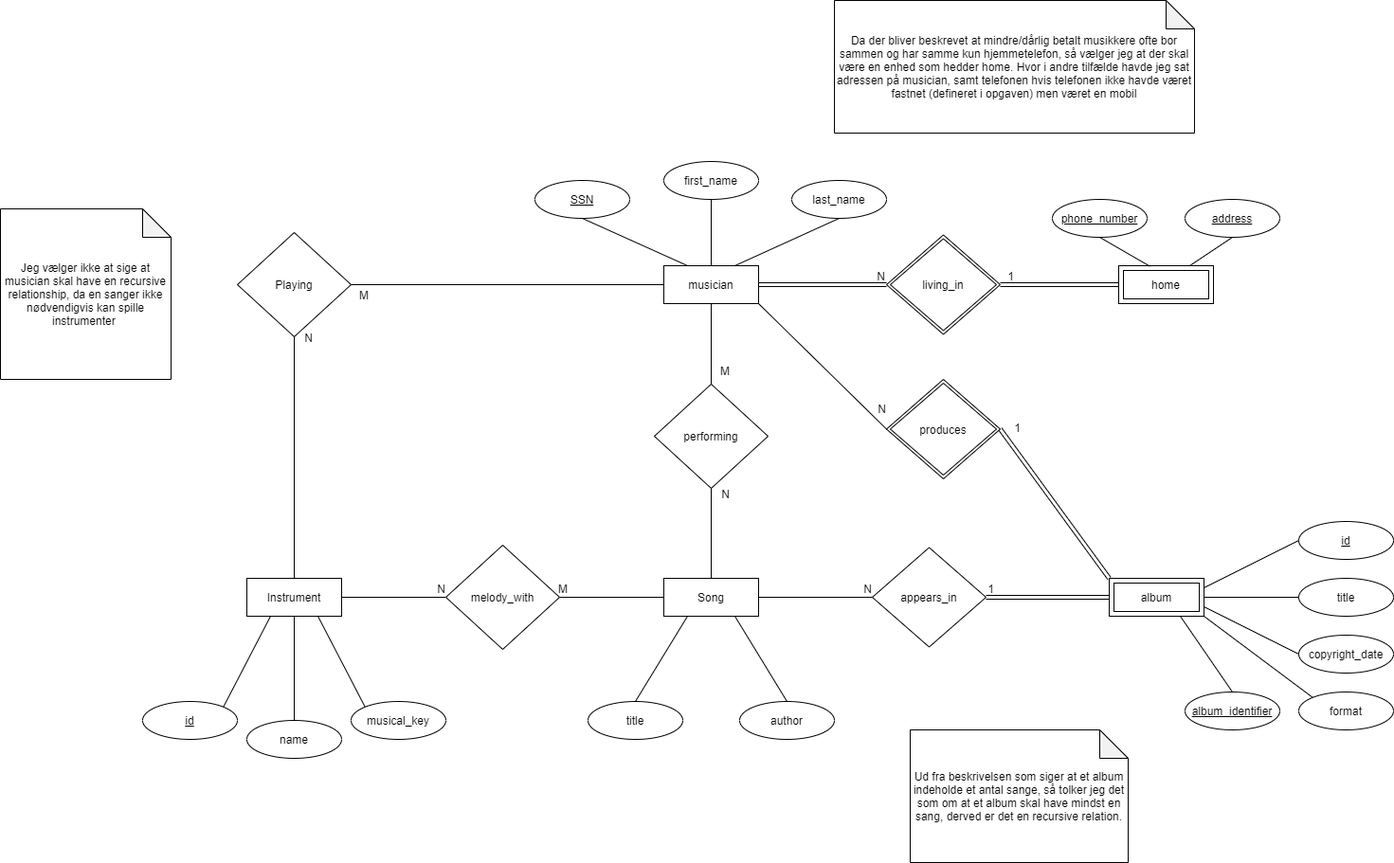
alex123a/DM keeps this draw.io diagram as Optional assignment 2 - ER diagram/Optional Exercises - ER Diagrams/opgave2Musicians.png. Above is the earlier version. Source tidied: cells renumbered, new cells last; positions are measured from the earlier drawing's top-left corner, leaving out a move shared by most shapes. The source it was exported from:
```xml
<mxGraphModel>
  <root>
    <mxCell id="0" />
    <mxCell id="1" parent="0" />
    <mxCell id="2" value="musician" style="whiteSpace=wrap;html=1;align=center;" parent="1" vertex="1">
      <mxGeometry x="700" y="280" width="100" height="40" as="geometry" />
    </mxCell>
    <mxCell id="3" value="home" style="shape=ext;margin=3;double=1;whiteSpace=wrap;html=1;align=center;" parent="1" vertex="1">
      <mxGeometry x="1180" y="280" width="100" height="40" as="geometry" />
    </mxCell>
    <mxCell id="4" value="SSN" style="ellipse;whiteSpace=wrap;html=1;align=center;fontStyle=4;" parent="1" vertex="1">
      <mxGeometry x="564" y="190" width="100" height="40" as="geometry" />
    </mxCell>
    <mxCell id="5" value="first_name" style="ellipse;whiteSpace=wrap;html=1;align=center;" parent="1" vertex="1">
      <mxGeometry x="700" y="170" width="100" height="40" as="geometry" />
    </mxCell>
    <mxCell id="6" value="last_name" style="ellipse;whiteSpace=wrap;html=1;align=center;" parent="1" vertex="1">
      <mxGeometry x="835" y="190" width="100" height="40" as="geometry" />
    </mxCell>
    <mxCell id="7" value="phone_number" style="ellipse;whiteSpace=wrap;html=1;align=center;fontStyle=4;" parent="1" vertex="1">
      <mxGeometry x="1110" y="210" width="100" height="40" as="geometry" />
    </mxCell>
    <mxCell id="8" value="address" style="ellipse;whiteSpace=wrap;html=1;align=center;fontStyle=4;" parent="1" vertex="1">
      <mxGeometry x="1250" y="210" width="100" height="40" as="geometry" />
    </mxCell>
    <mxCell id="9" value="Da der bliver beskrevet at mindre/dårlig betalt musikkere ofte bor sammen og har samme kun hjemmetelefon, så vælger jeg at der skal være en enhed som hedder home. Hvor i andre tilfælde havde jeg sat adressen på musician, samt telefonen hvis telefonen ikke havde været fastnet (defineret i opgaven) men været en mobil" style="shape=note;whiteSpace=wrap;html=1;backgroundOutline=1;darkOpacity=0.05;" parent="1" vertex="1">
      <mxGeometry x="880" width="380" height="140" as="geometry" />
    </mxCell>
    <mxCell id="10" style="endArrow=none;html=1;exitX=0.5;exitY=1;exitDx=0;exitDy=0;entryX=0.25;entryY=0;entryDx=0;entryDy=0;" parent="1" edge="1" source="4" target="2">
      <mxGeometry relative="1" as="geometry" />
    </mxCell>
    <mxCell id="11" style="endArrow=none;html=1;exitX=0.5;exitY=1;exitDx=0;exitDy=0;entryX=0.5;entryY=0;entryDx=0;entryDy=0;" parent="1" edge="1" source="5" target="2">
      <mxGeometry relative="1" as="geometry" />
    </mxCell>
    <mxCell id="12" style="endArrow=none;html=1;exitX=0.5;exitY=1;exitDx=0;exitDy=0;entryX=0.75;entryY=0;entryDx=0;entryDy=0;" parent="1" edge="1" source="6" target="2">
      <mxGeometry relative="1" as="geometry" />
    </mxCell>
    <mxCell id="13" style="endArrow=none;html=1;exitX=0.5;exitY=1;exitDx=0;exitDy=0;entryX=0.329;entryY=0.015;entryDx=0;entryDy=0;entryPerimeter=0;" parent="1" edge="1" source="7" target="3">
      <mxGeometry relative="1" as="geometry" />
    </mxCell>
    <mxCell id="14" style="endArrow=none;html=1;exitX=0.5;exitY=1;exitDx=0;exitDy=0;entryX=0.75;entryY=0;entryDx=0;entryDy=0;" parent="1" edge="1" source="8" target="3">
      <mxGeometry relative="1" as="geometry" />
    </mxCell>
    <mxCell id="15" value="living_in" style="shape=rhombus;double=1;perimeter=rhombusPerimeter;whiteSpace=wrap;html=1;align=center;" parent="1" vertex="1">
      <mxGeometry x="935" y="247.5" width="120" height="105" as="geometry" />
    </mxCell>
    <mxCell id="16" style="shape=link;html=1;rounded=0;entryX=0;entryY=0.5;entryDx=0;entryDy=0;exitX=1;exitY=0.5;exitDx=0;exitDy=0;" parent="1" edge="1" source="15" target="3">
      <mxGeometry relative="1" as="geometry" />
    </mxCell>
    <mxCell id="17" value="1" style="html=1;align=right;verticalAlign=bottom;" parent="16" vertex="1">
      <mxGeometry x="1" relative="1" as="geometry">
        <mxPoint x="-110" as="offset" />
      </mxGeometry>
    </mxCell>
    <mxCell id="18" value="Instrument" style="whiteSpace=wrap;html=1;align=center;" parent="1" vertex="1">
      <mxGeometry x="260" y="610" width="100" height="40" as="geometry" />
    </mxCell>
    <mxCell id="19" value="Song" style="whiteSpace=wrap;html=1;align=center;" parent="1" vertex="1">
      <mxGeometry x="700" y="610" width="100" height="40" as="geometry" />
    </mxCell>
    <mxCell id="20" style="shape=link;html=1;rounded=0;exitX=1;exitY=0.5;exitDx=0;exitDy=0;entryX=0;entryY=0.5;entryDx=0;entryDy=0;" parent="1" edge="1" source="2" target="15">
      <mxGeometry relative="1" as="geometry" />
    </mxCell>
    <mxCell id="21" value="N" style="html=1;align=right;verticalAlign=bottom;" parent="20" vertex="1">
      <mxGeometry x="1" relative="1" as="geometry" />
    </mxCell>
    <mxCell id="22" value="id" style="ellipse;whiteSpace=wrap;html=1;align=center;fontStyle=4;" parent="1" vertex="1">
      <mxGeometry x="150" y="740" width="100" height="40" as="geometry" />
    </mxCell>
    <mxCell id="23" value="title" style="ellipse;whiteSpace=wrap;html=1;align=center;" parent="1" vertex="1">
      <mxGeometry x="1370" y="610" width="100" height="40" as="geometry" />
    </mxCell>
    <mxCell id="24" value="copyright_date" style="ellipse;whiteSpace=wrap;html=1;align=center;" parent="1" vertex="1">
      <mxGeometry x="1370" y="670" width="100" height="40" as="geometry" />
    </mxCell>
    <mxCell id="25" value="musical_key" style="ellipse;whiteSpace=wrap;html=1;align=center;" parent="1" vertex="1">
      <mxGeometry x="370" y="740" width="100" height="40" as="geometry" />
    </mxCell>
    <mxCell id="26" value="name" style="ellipse;whiteSpace=wrap;html=1;align=center;" parent="1" vertex="1">
      <mxGeometry x="260" y="760" width="100" height="40" as="geometry" />
    </mxCell>
    <mxCell id="27" style="endArrow=none;html=1;exitX=0.25;exitY=1;exitDx=0;exitDy=0;entryX=1;entryY=0;entryDx=0;entryDy=0;" parent="1" edge="1" source="18" target="22">
      <mxGeometry relative="1" as="geometry" />
    </mxCell>
    <mxCell id="28" style="endArrow=none;html=1;exitX=0.5;exitY=1;exitDx=0;exitDy=0;entryX=0.5;entryY=0;entryDx=0;entryDy=0;" parent="1" edge="1" source="18" target="26">
      <mxGeometry relative="1" as="geometry" />
    </mxCell>
    <mxCell id="29" style="endArrow=none;html=1;exitX=0.75;exitY=1;exitDx=0;exitDy=0;entryX=0;entryY=0;entryDx=0;entryDy=0;" parent="1" edge="1" source="18" target="25">
      <mxGeometry relative="1" as="geometry" />
    </mxCell>
    <mxCell id="30" value="id" style="ellipse;whiteSpace=wrap;html=1;align=center;fontStyle=4;" parent="1" vertex="1">
      <mxGeometry x="1370" y="550" width="100" height="40" as="geometry" />
    </mxCell>
    <mxCell id="31" value="album_identifier" style="ellipse;whiteSpace=wrap;html=1;align=center;fontStyle=4;" parent="1" vertex="1">
      <mxGeometry x="1250" y="730" width="100" height="40" as="geometry" />
    </mxCell>
    <mxCell id="32" value="format" style="ellipse;whiteSpace=wrap;html=1;align=center;" parent="1" vertex="1">
      <mxGeometry x="1370" y="730" width="100" height="40" as="geometry" />
    </mxCell>
    <mxCell id="33" style="endArrow=none;html=1;exitX=0.5;exitY=0;exitDx=0;exitDy=0;entryX=0.75;entryY=1;entryDx=0;entryDy=0;" parent="1" edge="1" source="31" target="69">
      <mxGeometry relative="1" as="geometry" />
    </mxCell>
    <mxCell id="34" style="endArrow=none;html=1;exitX=0;exitY=0;exitDx=0;exitDy=0;entryX=1;entryY=1;entryDx=0;entryDy=0;" parent="1" edge="1" source="32" target="69">
      <mxGeometry relative="1" as="geometry" />
    </mxCell>
    <mxCell id="35" style="endArrow=none;html=1;exitX=0;exitY=0.5;exitDx=0;exitDy=0;entryX=1;entryY=0.75;entryDx=0;entryDy=0;" parent="1" edge="1" source="24" target="69">
      <mxGeometry relative="1" as="geometry" />
    </mxCell>
    <mxCell id="36" style="endArrow=none;html=1;exitX=0;exitY=0.5;exitDx=0;exitDy=0;entryX=1;entryY=0.5;entryDx=0;entryDy=0;" parent="1" edge="1" source="23" target="69">
      <mxGeometry relative="1" as="geometry" />
    </mxCell>
    <mxCell id="37" style="endArrow=none;html=1;exitX=0;exitY=0.5;exitDx=0;exitDy=0;entryX=1;entryY=0.25;entryDx=0;entryDy=0;" parent="1" edge="1" source="30" target="69">
      <mxGeometry relative="1" as="geometry" />
    </mxCell>
    <mxCell id="38" value="author" style="ellipse;whiteSpace=wrap;html=1;align=center;" parent="1" vertex="1">
      <mxGeometry x="780" y="740" width="100" height="40" as="geometry" />
    </mxCell>
    <mxCell id="39" value="title" style="ellipse;whiteSpace=wrap;html=1;align=center;" parent="1" vertex="1">
      <mxGeometry x="620" y="740" width="100" height="40" as="geometry" />
    </mxCell>
    <mxCell id="40" style="endArrow=none;html=1;exitX=0.25;exitY=1;exitDx=0;exitDy=0;entryX=0.5;entryY=0;entryDx=0;entryDy=0;" parent="1" edge="1" source="19" target="39">
      <mxGeometry relative="1" as="geometry" />
    </mxCell>
    <mxCell id="41" style="endArrow=none;html=1;exitX=0.75;exitY=1;exitDx=0;exitDy=0;entryX=0.5;entryY=0;entryDx=0;entryDy=0;" parent="1" edge="1" source="19" target="38">
      <mxGeometry relative="1" as="geometry" />
    </mxCell>
    <mxCell id="42" value="Playing" style="shape=rhombus;perimeter=rhombusPerimeter;whiteSpace=wrap;html=1;align=center;" parent="1" vertex="1">
      <mxGeometry x="250" y="245" width="120" height="110" as="geometry" />
    </mxCell>
    <mxCell id="43" style="endArrow=none;html=1;rounded=0;entryX=1;entryY=0.5;entryDx=0;entryDy=0;" parent="1" edge="1" source="2" target="42">
      <mxGeometry relative="1" as="geometry" />
    </mxCell>
    <mxCell id="44" value="M" style="html=1;align=right;verticalAlign=bottom;" parent="43" vertex="1">
      <mxGeometry x="1" relative="1" as="geometry">
        <mxPoint x="20" y="20" as="offset" />
      </mxGeometry>
    </mxCell>
    <mxCell id="45" value="Jeg vælger ikke at sige at musician skal have en recursive relationship, da en sanger ikke nødvendigvis kan spille instrumenter&amp;nbsp;" style="shape=note;whiteSpace=wrap;html=1;backgroundOutline=1;darkOpacity=0.05;" parent="1" vertex="1">
      <mxGeometry y="220" width="180" height="180" as="geometry" />
    </mxCell>
    <mxCell id="46" style="endArrow=none;html=1;rounded=0;exitX=0.5;exitY=0;exitDx=0;exitDy=0;entryX=0.5;entryY=1;entryDx=0;entryDy=0;" parent="1" edge="1" source="18" target="42">
      <mxGeometry relative="1" as="geometry" />
    </mxCell>
    <mxCell id="47" value="N" style="html=1;align=right;verticalAlign=bottom;" parent="46" vertex="1">
      <mxGeometry x="1" relative="1" as="geometry">
        <mxPoint x="20" y="10" as="offset" />
      </mxGeometry>
    </mxCell>
    <mxCell id="48" style="endArrow=none;html=1;rounded=0;exitX=1;exitY=0.5;exitDx=0;exitDy=0;entryX=0;entryY=0.5;entryDx=0;entryDy=0;" parent="1" edge="1" source="19" target="64">
      <mxGeometry relative="1" as="geometry" />
    </mxCell>
    <mxCell id="49" value="N" style="html=1;align=right;verticalAlign=bottom;" parent="48" vertex="1">
      <mxGeometry x="1" relative="1" as="geometry" />
    </mxCell>
    <mxCell id="50" value="Ud fra beskrivelsen som siger at et album indeholde et antal sange, så tolker jeg det som om at et album skal have mindst en sang, derved er det en recursive relation." style="shape=note;whiteSpace=wrap;html=1;backgroundOutline=1;darkOpacity=0.05;" parent="1" vertex="1">
      <mxGeometry x="960" y="770" width="230" height="140" as="geometry" />
    </mxCell>
    <mxCell id="51" style="shape=link;html=1;rounded=0;exitX=0;exitY=0.5;exitDx=0;exitDy=0;entryX=1;entryY=0.5;entryDx=0;entryDy=0;" parent="1" edge="1" source="69" target="64">
      <mxGeometry relative="1" as="geometry" />
    </mxCell>
    <mxCell id="52" value="1" style="html=1;align=right;verticalAlign=bottom;" parent="51" vertex="1">
      <mxGeometry x="1" relative="1" as="geometry">
        <mxPoint x="10" as="offset" />
      </mxGeometry>
    </mxCell>
    <mxCell id="53" value="produces" style="shape=rhombus;double=1;perimeter=rhombusPerimeter;whiteSpace=wrap;html=1;align=center;" parent="1" vertex="1">
      <mxGeometry x="935" y="400" width="120" height="105" as="geometry" />
    </mxCell>
    <mxCell id="54" style="endArrow=none;html=1;rounded=0;exitX=1;exitY=0.5;exitDx=0;exitDy=0;entryX=0;entryY=0.5;entryDx=0;entryDy=0;" parent="1" edge="1" source="18" target="58">
      <mxGeometry relative="1" as="geometry" />
    </mxCell>
    <mxCell id="55" value="N" style="html=1;align=right;verticalAlign=bottom;" parent="54" vertex="1">
      <mxGeometry x="1" relative="1" as="geometry" />
    </mxCell>
    <mxCell id="56" style="endArrow=none;html=1;rounded=0;exitX=0;exitY=0.5;exitDx=0;exitDy=0;entryX=1;entryY=0.5;entryDx=0;entryDy=0;" parent="1" edge="1" source="19" target="58">
      <mxGeometry relative="1" as="geometry" />
    </mxCell>
    <mxCell id="57" value="M" style="html=1;align=right;verticalAlign=bottom;" parent="56" vertex="1">
      <mxGeometry x="1" relative="1" as="geometry">
        <mxPoint x="10" as="offset" />
      </mxGeometry>
    </mxCell>
    <mxCell id="58" value="melody_with" style="shape=rhombus;perimeter=rhombusPerimeter;whiteSpace=wrap;html=1;align=center;" parent="1" vertex="1">
      <mxGeometry x="470" y="575" width="120" height="110" as="geometry" />
    </mxCell>
    <mxCell id="59" value="performing" style="shape=rhombus;perimeter=rhombusPerimeter;whiteSpace=wrap;html=1;align=center;" parent="1" vertex="1">
      <mxGeometry x="690" y="405" width="120" height="110" as="geometry" />
    </mxCell>
    <mxCell id="60" style="endArrow=none;html=1;rounded=0;exitX=0.5;exitY=1;exitDx=0;exitDy=0;" parent="1" edge="1" source="2" target="59">
      <mxGeometry relative="1" as="geometry" />
    </mxCell>
    <mxCell id="61" value="M" style="html=1;align=right;verticalAlign=bottom;" parent="60" vertex="1">
      <mxGeometry x="1" relative="1" as="geometry">
        <mxPoint x="20" y="-5" as="offset" />
      </mxGeometry>
    </mxCell>
    <mxCell id="62" style="endArrow=none;html=1;rounded=0;entryX=0.5;entryY=1;entryDx=0;entryDy=0;exitX=0.5;exitY=0;exitDx=0;exitDy=0;" parent="1" edge="1" source="19" target="59">
      <mxGeometry relative="1" as="geometry" />
    </mxCell>
    <mxCell id="63" value="N" style="html=1;align=right;verticalAlign=bottom;" parent="62" vertex="1">
      <mxGeometry x="1" relative="1" as="geometry">
        <mxPoint x="20" y="15" as="offset" />
      </mxGeometry>
    </mxCell>
    <mxCell id="64" value="appears_in" style="shape=rhombus;perimeter=rhombusPerimeter;whiteSpace=wrap;html=1;align=center;" parent="1" vertex="1">
      <mxGeometry x="920" y="577.5" width="120" height="105" as="geometry" />
    </mxCell>
    <mxCell id="65" style="shape=link;html=1;rounded=0;entryX=1;entryY=0.5;entryDx=0;entryDy=0;exitX=0;exitY=0;exitDx=0;exitDy=0;" parent="1" edge="1" source="69" target="53">
      <mxGeometry relative="1" as="geometry" />
    </mxCell>
    <mxCell id="66" value="1" style="html=1;align=right;verticalAlign=bottom;" parent="65" vertex="1">
      <mxGeometry x="1" relative="1" as="geometry">
        <mxPoint x="22" y="8" as="offset" />
      </mxGeometry>
    </mxCell>
    <mxCell id="67" style="endArrow=none;html=1;rounded=0;exitX=1;exitY=1;exitDx=0;exitDy=0;entryX=0;entryY=0.5;entryDx=0;entryDy=0;" parent="1" edge="1" source="2" target="53">
      <mxGeometry relative="1" as="geometry" />
    </mxCell>
    <mxCell id="68" value="N" style="html=1;align=right;verticalAlign=bottom;" parent="67" vertex="1">
      <mxGeometry x="1" relative="1" as="geometry">
        <mxPoint y="-12" as="offset" />
      </mxGeometry>
    </mxCell>
    <mxCell id="69" value="album" style="shape=ext;margin=3;double=1;whiteSpace=wrap;html=1;align=center;gradientColor=none;" parent="1" vertex="1">
      <mxGeometry x="1170" y="610" width="100" height="40" as="geometry" />
    </mxCell>
  </root>
</mxGraphModel>
```
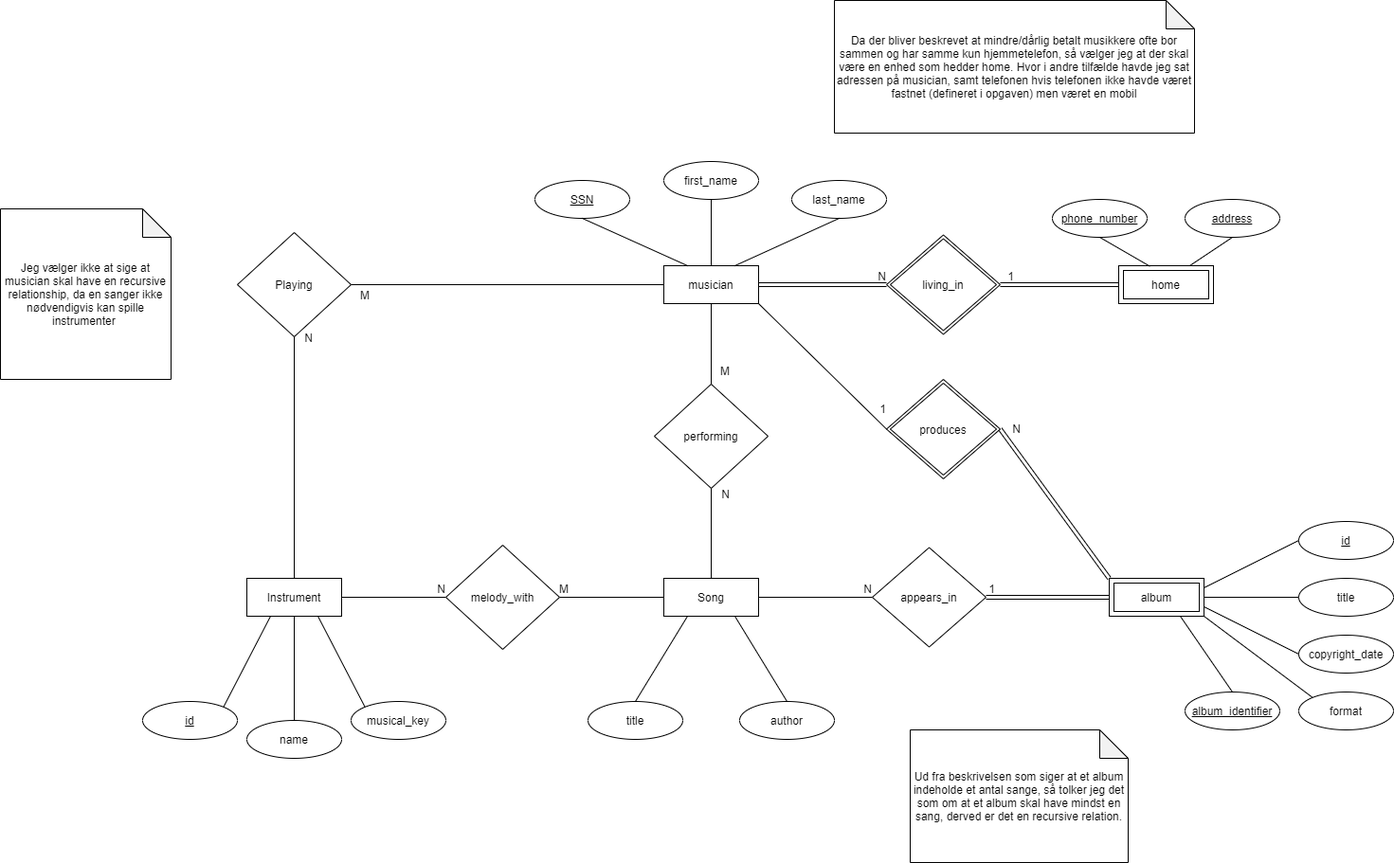
After the change.

What changed in the source:
```diff
@@ -208,7 +208,7 @@
     <mxCell id="65" style="shape=link;html=1;rounded=0;entryX=1;entryY=0.5;entryDx=0;entryDy=0;exitX=0;exitY=0;exitDx=0;exitDy=0;" parent="1" edge="1" source="69" target="53">
       <mxGeometry relative="1" as="geometry" />
     </mxCell>
-    <mxCell id="66" value="1" style="html=1;align=right;verticalAlign=bottom;" parent="65" vertex="1">
+    <mxCell id="66" value="N" style="html=1;align=right;verticalAlign=bottom;" parent="65" vertex="1">
       <mxGeometry x="1" relative="1" as="geometry">
         <mxPoint x="22" y="8" as="offset" />
       </mxGeometry>
@@ -216,7 +216,7 @@
     <mxCell id="67" style="endArrow=none;html=1;rounded=0;exitX=1;exitY=1;exitDx=0;exitDy=0;entryX=0;entryY=0.5;entryDx=0;entryDy=0;" parent="1" edge="1" source="2" target="53">
       <mxGeometry relative="1" as="geometry" />
     </mxCell>
-    <mxCell id="68" value="N" style="html=1;align=right;verticalAlign=bottom;" parent="67" vertex="1">
+    <mxCell id="68" value="1" style="html=1;align=right;verticalAlign=bottom;" parent="67" vertex="1">
       <mxGeometry x="1" relative="1" as="geometry">
         <mxPoint y="-12" as="offset" />
       </mxGeometry>
```
